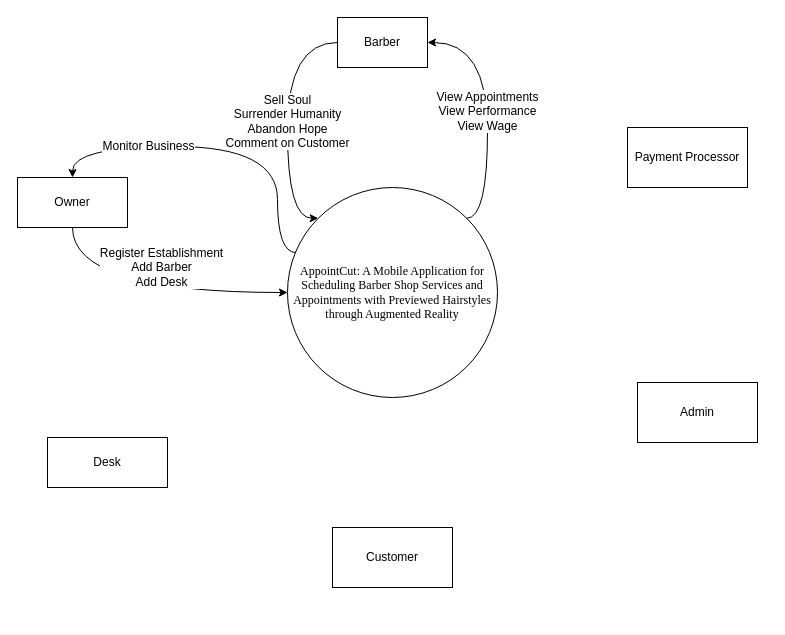
Before: page "Page-1" (1 of 2) of Diagrams/Context.drawio in iampotato16/AppointCut, a draw.io diagram. Source tidied: cells renumbered, new cells numbered last; positions are measured from the earlier drawing's top-left corner, leaving out a move shared by most shapes. Both pictures are drawn from the tidied source at 100%, with x=0, y=0 at pixel (17, 17).
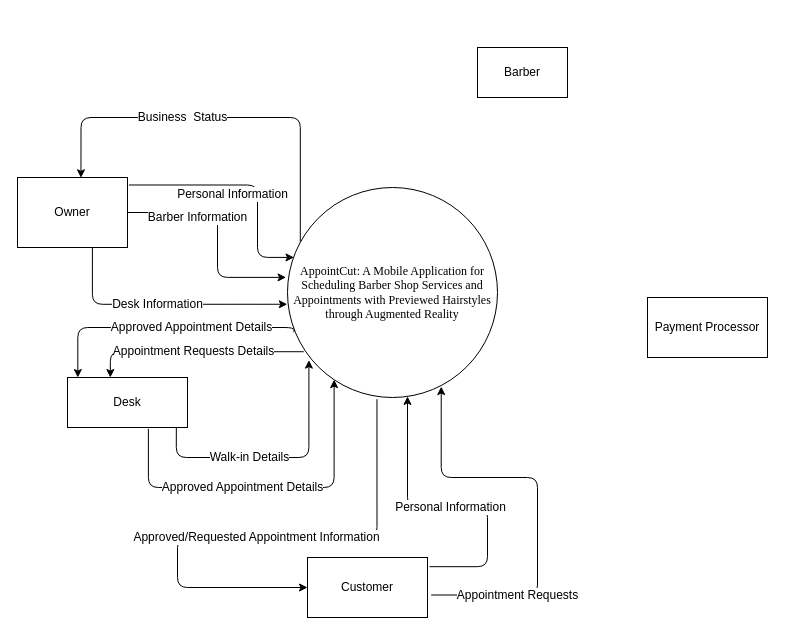
The same diagram, later.

Unchanged cells that the change refers to:
```xml
<mxCell id="2" value="&lt;font style=&quot;font-size: 12px&quot;&gt;&lt;span style=&quot;font-family: &amp;#34;times new roman&amp;#34; ; color: rgb(0 , 0 , 0) ; background-color: transparent ; font-style: normal ; font-variant: normal ; text-decoration: none ; vertical-align: baseline&quot; id=&quot;docs-internal-guid-279cb4f7-7fff-44b1-516b-acc277abbe0b&quot;&gt;AppointCut: A Mobile Application for Scheduling Barber Shop Services and Appointments with Previewed Hairstyles through Augmented Reality&lt;/span&gt;&lt;/font&gt;" style="ellipse;whiteSpace=wrap;html=1;" parent="1" vertex="1">
  <mxGeometry x="270" y="170" width="210" height="210" as="geometry" />
</mxCell>
```

Diff of the diagram source:
```diff
@@
     <mxCell id="3" value="Owner" style="rounded=0;whiteSpace=wrap;html=1;fontSize=12;" parent="1" vertex="1">
-      <mxGeometry y="160" width="110" height="50" as="geometry" />
+      <mxGeometry y="160" width="110" height="70" as="geometry" />
     </mxCell>
     <mxCell id="4" value="Desk" style="rounded=0;whiteSpace=wrap;html=1;fontSize=12;" parent="1" vertex="1">
-      <mxGeometry x="30" y="420" width="120" height="50" as="geometry" />
+      <mxGeometry x="50" y="360" width="120" height="50" as="geometry" />
     </mxCell>
     <mxCell id="5" value="Barber" style="rounded=0;whiteSpace=wrap;html=1;fontSize=12;" parent="1" vertex="1">
-      <mxGeometry x="320" width="90" height="50" as="geometry" />
+      <mxGeometry x="460" y="30" width="90" height="50" as="geometry" />
     </mxCell>
     <mxCell id="6" value="Customer" style="rounded=0;whiteSpace=wrap;html=1;fontSize=12;" parent="1" vertex="1">
-      <mxGeometry x="315" y="510" width="120" height="60" as="geometry" />
+      <mxGeometry x="290" y="540" width="120" height="60" as="geometry" />
     </mxCell>
-    <mxCell id="7" value="Admin" style="rounded=0;whiteSpace=wrap;html=1;fontSize=12;" parent="1" vertex="1">
-      <mxGeometry x="620" y="365" width="120" height="60" as="geometry" />
-    </mxCell>
     <mxCell id="8" value="Payment Processor" style="rounded=0;whiteSpace=wrap;html=1;fontSize=12;" parent="1" vertex="1">
-      <mxGeometry x="610" y="110" width="120" height="60" as="geometry" />
+      <mxGeometry x="630" y="280" width="120" height="60" as="geometry" />
     </mxCell>
-    <mxCell id="9" value="Monitor Business" style="curved=1;endArrow=classic;html=1;rounded=0;fontSize=12;edgeStyle=orthogonalEdgeStyle;entryDx=0;entryDy=0;exitDx=0;exitDy=0;exitPerimeter=0;entryX=0.5;entryY=0;exitX=0.041;exitY=0.31;" parent="1" edge="1" source="2" target="3">
-      <mxGeometry x="0.41" relative="1" as="geometry">
+    <mxCell id="9" value="Business&amp;nbsp; Status" style="endArrow=classic;html=1;rounded=1;fontSize=12;edgeStyle=orthogonalEdgeStyle;entryX=0.577;entryY=0.004;entryDx=0;entryDy=0;entryPerimeter=0;exitX=0.061;exitY=0.258;exitDx=0;exitDy=0;exitPerimeter=0;" parent="1" edge="1" source="2" target="3">
+      <mxGeometry x="0.2" relative="1" as="geometry">
         <Array as="points">
-          <mxPoint x="260" y="129" />
-          <mxPoint x="55" y="129" />
+          <mxPoint x="283" y="100" />
+          <mxPoint x="63" y="100" />
         </Array>
       </mxGeometry>
     </mxCell>
-    <mxCell id="10" value="&lt;div&gt;Register Establishment&lt;br&gt;&lt;/div&gt;&lt;div&gt;Add Barber&lt;/div&gt;&lt;div&gt;Add Desk&lt;br&gt;&lt;/div&gt;" style="curved=1;endArrow=classic;html=1;rounded=0;fontSize=12;edgeStyle=orthogonalEdgeStyle;entryX=0;entryY=0.5;entryDx=0;entryDy=0;exitX=0.5;exitY=1;exitDx=0;exitDy=0;" parent="1" edge="1" source="3" target="2">
-      <mxGeometry x="0.1" y="25" relative="1" as="geometry" />
-    </mxCell>
-    <mxCell id="11" value="&lt;div&gt;View Appointments&lt;/div&gt;&lt;div&gt;View Performance&lt;/div&gt;&lt;div&gt;View Wage&lt;br&gt;&lt;/div&gt;" style="curved=1;endArrow=classic;html=1;rounded=0;fontSize=12;edgeStyle=orthogonalEdgeStyle;entryX=1;entryY=0.5;entryDx=0;entryDy=0;exitX=1;exitY=0;exitDx=0;exitDy=0;" parent="1" edge="1" source="2" target="5">
-      <mxGeometry relative="1" as="geometry">
-        <Array as="points">
-          <mxPoint x="470" y="201" />
-          <mxPoint x="470" y="25" />
-        </Array>
-      </mxGeometry>
-    </mxCell>
-    <mxCell id="12" value="&lt;div&gt;Sell Soul&lt;/div&gt;&lt;div&gt;Surrender Humanity&lt;/div&gt;&lt;div&gt;Abandon Hope&lt;/div&gt;&lt;div&gt;Comment on Customer&lt;br&gt;&lt;/div&gt;" style="curved=1;endArrow=none;html=1;rounded=0;fontSize=12;edgeStyle=orthogonalEdgeStyle;exitX=0;exitY=0;exitDx=0;exitDy=0;startArrow=classic;startFill=1;endFill=0;" parent="1" edge="1" source="2" target="5">
-      <mxGeometry relative="1" as="geometry">
-        <Array as="points">
-          <mxPoint x="270" y="201" />
-          <mxPoint x="250" y="25" />
-        </Array>
-      </mxGeometry>
-    </mxCell>
+    <mxCell id="13" value="Personal Information" style="endArrow=classic;html=1;rounded=1;fontSize=12;edgeStyle=orthogonalEdgeStyle;entryX=0.031;entryY=0.333;entryDx=0;entryDy=0;entryPerimeter=0;exitX=1.013;exitY=0.107;exitDx=0;exitDy=0;exitPerimeter=0;" parent="1" edge="1" source="3" target="2">
+      <mxGeometry x="-0.12" y="-10" relative="1" as="geometry">
+        <Array as="points">
+          <mxPoint x="240" y="168" />
+          <mxPoint x="240" y="240" />
+        </Array>
+      </mxGeometry>
+    </mxCell>
+    <mxCell id="14" value="Barber Information" style="endArrow=classic;html=1;rounded=1;fontSize=12;edgeStyle=orthogonalEdgeStyle;exitX=1;exitY=0.5;exitDx=0;exitDy=0;entryX=-0.007;entryY=0.428;entryDx=0;entryDy=0;entryPerimeter=0;" parent="1" edge="1" source="3" target="2">
+      <mxGeometry x="-0.37" y="-5" relative="1" as="geometry">
+        <Array as="points">
+          <mxPoint x="200" y="195" />
+          <mxPoint x="200" y="260" />
+        </Array>
+      </mxGeometry>
+    </mxCell>
+    <mxCell id="15" value="Desk Information" style="endArrow=classic;html=1;rounded=1;fontSize=12;edgeStyle=orthogonalEdgeStyle;exitX=0.681;exitY=1.002;exitDx=0;exitDy=0;entryX=-0.001;entryY=0.556;entryDx=0;entryDy=0;entryPerimeter=0;exitPerimeter=0;" parent="1" edge="1" source="3" target="2">
+      <mxGeometry x="-0.03" relative="1" as="geometry">
+        <Array as="points">
+          <mxPoint x="75" y="287" />
+        </Array>
+      </mxGeometry>
+    </mxCell>
+    <mxCell id="16" value="Approved Appointment Details" style="endArrow=classic;html=1;rounded=1;fontSize=12;edgeStyle=orthogonalEdgeStyle;exitX=0.031;exitY=0.689;exitDx=0;exitDy=0;exitPerimeter=0;entryX=0.086;entryY=0;entryDx=0;entryDy=0;entryPerimeter=0;" parent="1" edge="1" source="2" target="4">
+      <mxGeometry x="-0.21" relative="1" as="geometry">
+        <Array as="points">
+          <mxPoint x="277" y="310" />
+          <mxPoint x="60" y="310" />
+        </Array>
+      </mxGeometry>
+    </mxCell>
+    <mxCell id="17" value="Walk-in Details" style="endArrow=classic;html=1;rounded=1;fontSize=12;edgeStyle=orthogonalEdgeStyle;entryX=0.102;entryY=0.822;entryDx=0;entryDy=0;entryPerimeter=0;exitX=0.907;exitY=1.003;exitDx=0;exitDy=0;exitPerimeter=0;" parent="1" edge="1" source="4" target="2">
+      <mxGeometry x="-0.21" relative="1" as="geometry">
+        <Array as="points">
+          <mxPoint x="159" y="440" />
+          <mxPoint x="291" y="440" />
+        </Array>
+      </mxGeometry>
+    </mxCell>
+    <mxCell id="18" value="Approved Appointment Details" style="endArrow=classic;html=1;rounded=1;fontSize=12;edgeStyle=orthogonalEdgeStyle;exitX=0.674;exitY=1.026;exitDx=0;exitDy=0;exitPerimeter=0;entryX=0.222;entryY=0.915;entryDx=0;entryDy=0;entryPerimeter=0;" parent="1" edge="1" source="4" target="2">
+      <mxGeometry x="-0.13" relative="1" as="geometry">
+        <Array as="points">
+          <mxPoint x="131" y="470" />
+          <mxPoint x="317" y="470" />
+        </Array>
+      </mxGeometry>
+    </mxCell>
+    <mxCell id="19" value="Personal Information" style="endArrow=classic;html=1;rounded=1;fontSize=12;edgeStyle=orthogonalEdgeStyle;exitX=1.017;exitY=0.153;exitDx=0;exitDy=0;exitPerimeter=0;" parent="1" edge="1" source="6" target="2">
+      <mxGeometry relative="1" as="geometry">
+        <Array as="points">
+          <mxPoint x="470" y="549" />
+          <mxPoint x="470" y="490" />
+          <mxPoint x="390" y="490" />
+        </Array>
+      </mxGeometry>
+    </mxCell>
+    <mxCell id="20" value="Approved/Requested Appointment Information" style="endArrow=classic;html=1;rounded=1;fontSize=12;edgeStyle=orthogonalEdgeStyle;entryX=0;entryY=0.5;entryDx=0;entryDy=0;exitX=0.426;exitY=1.008;exitDx=0;exitDy=0;exitPerimeter=0;" parent="1" edge="1" source="2" target="6">
+      <mxGeometry relative="1" as="geometry">
+        <Array as="points">
+          <mxPoint x="359" y="520" />
+          <mxPoint x="160" y="520" />
+          <mxPoint x="160" y="570" />
+        </Array>
+      </mxGeometry>
+    </mxCell>
+    <mxCell id="21" value="Appointment Requests" style="endArrow=classic;html=1;rounded=1;fontSize=12;edgeStyle=orthogonalEdgeStyle;exitX=1.031;exitY=0.625;exitDx=0;exitDy=0;exitPerimeter=0;entryX=0.732;entryY=0.948;entryDx=0;entryDy=0;entryPerimeter=0;" parent="1" edge="1" source="6" target="2">
+      <mxGeometry x="-0.58" relative="1" as="geometry">
+        <Array as="points">
+          <mxPoint x="520" y="578" />
+          <mxPoint x="520" y="460" />
+          <mxPoint x="424" y="460" />
+        </Array>
+      </mxGeometry>
+    </mxCell>
+    <mxCell id="22" value="Appointment Requests Details" style="endArrow=classic;html=1;rounded=1;fontSize=12;edgeStyle=orthogonalEdgeStyle;exitX=0.077;exitY=0.782;exitDx=0;exitDy=0;exitPerimeter=0;entryX=0.357;entryY=0;entryDx=0;entryDy=0;entryPerimeter=0;" parent="1" edge="1" source="2" target="4">
+      <mxGeometry relative="1" as="geometry" />
+    </mxCell>
```
